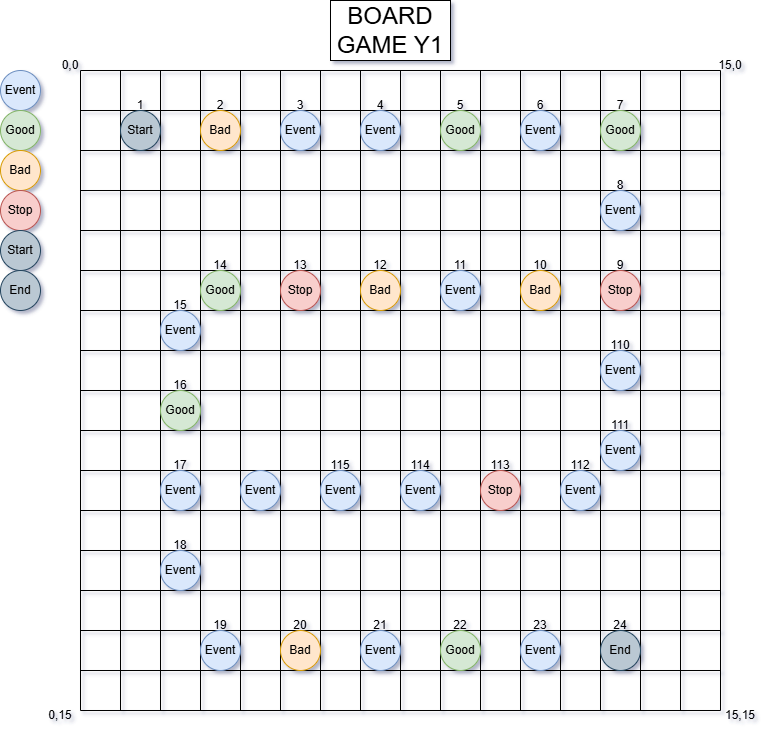
This is game_objects/Y1.png from CSE-362-2025/BoardGameProject, a draw.io export, as it was before one commit. Source tidied: cells renumbered, new cells last; positions are measured from the earlier drawing's top-left corner, leaving out a move shared by most shapes.
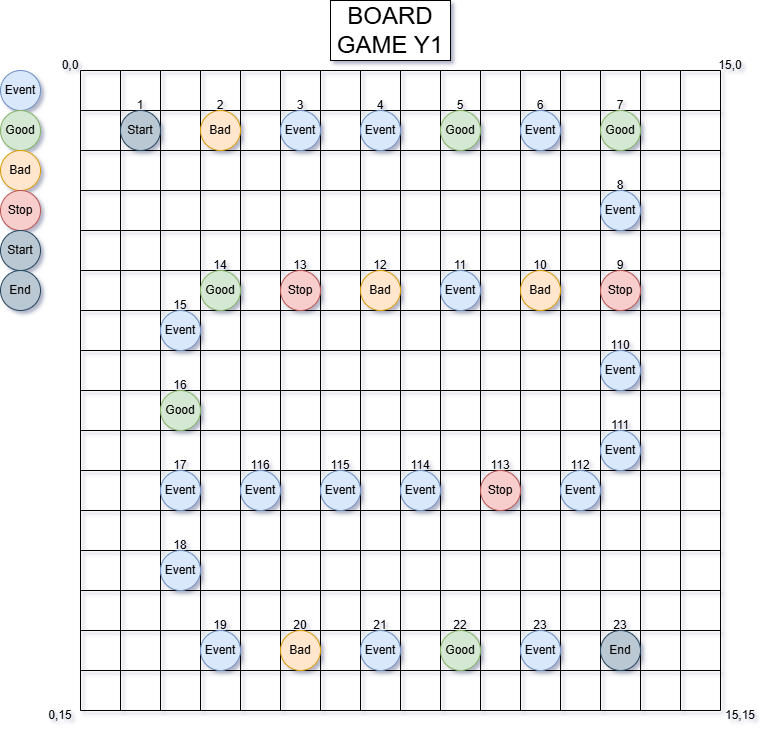
Above is the later version.

Diff of the diagram source:
```diff
@@ -419,8 +419,11 @@
     <mxCell id="106" value="23" style="text;html=1;align=center;verticalAlign=middle;whiteSpace=wrap;rounded=0;" parent="1" vertex="1">
       <mxGeometry x="510" y="610" width="60" height="30" as="geometry" />
     </mxCell>
-    <mxCell id="107" value="24" style="text;html=1;align=center;verticalAlign=middle;whiteSpace=wrap;rounded=0;" parent="1" vertex="1">
+    <mxCell id="107" value="23" style="text;html=1;align=center;verticalAlign=middle;whiteSpace=wrap;rounded=0;" parent="1" vertex="1">
       <mxGeometry x="590" y="610" width="60" height="30" as="geometry" />
     </mxCell>
+    <mxCell id="108" value="116" style="text;html=1;align=center;verticalAlign=middle;whiteSpace=wrap;rounded=0;" parent="1" vertex="1">
+      <mxGeometry x="230" y="450" width="60" height="30" as="geometry" />
+    </mxCell>
   </root>
 </mxGraphModel>
```
